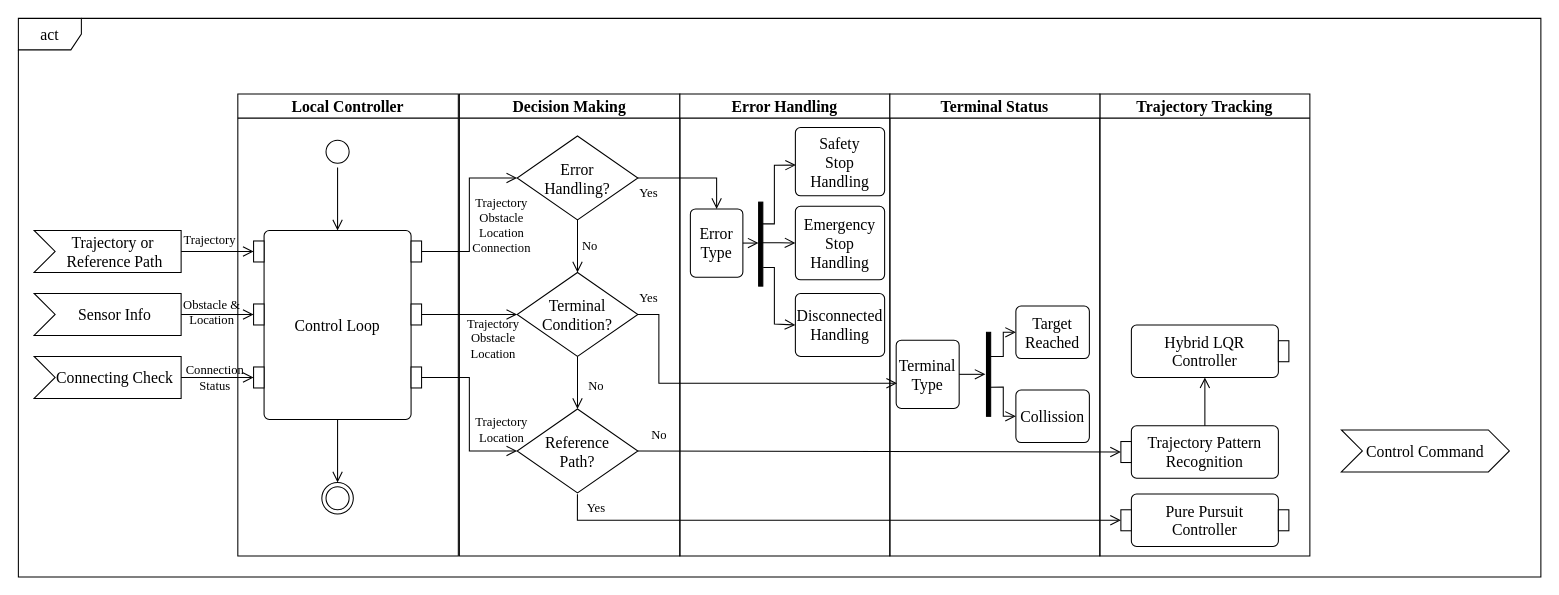
The draw.io diagram LocalRunning.drawio in LeonWong318/Master-thesis, before the edit. Source tidied: cells renumbered, new cells numbered last; positions are measured from the earlier drawing's top-left corner, leaving out a move shared by most shapes. Both pictures are drawn from the tidied source at 105%, with x=0, y=0 at pixel (18, 18).
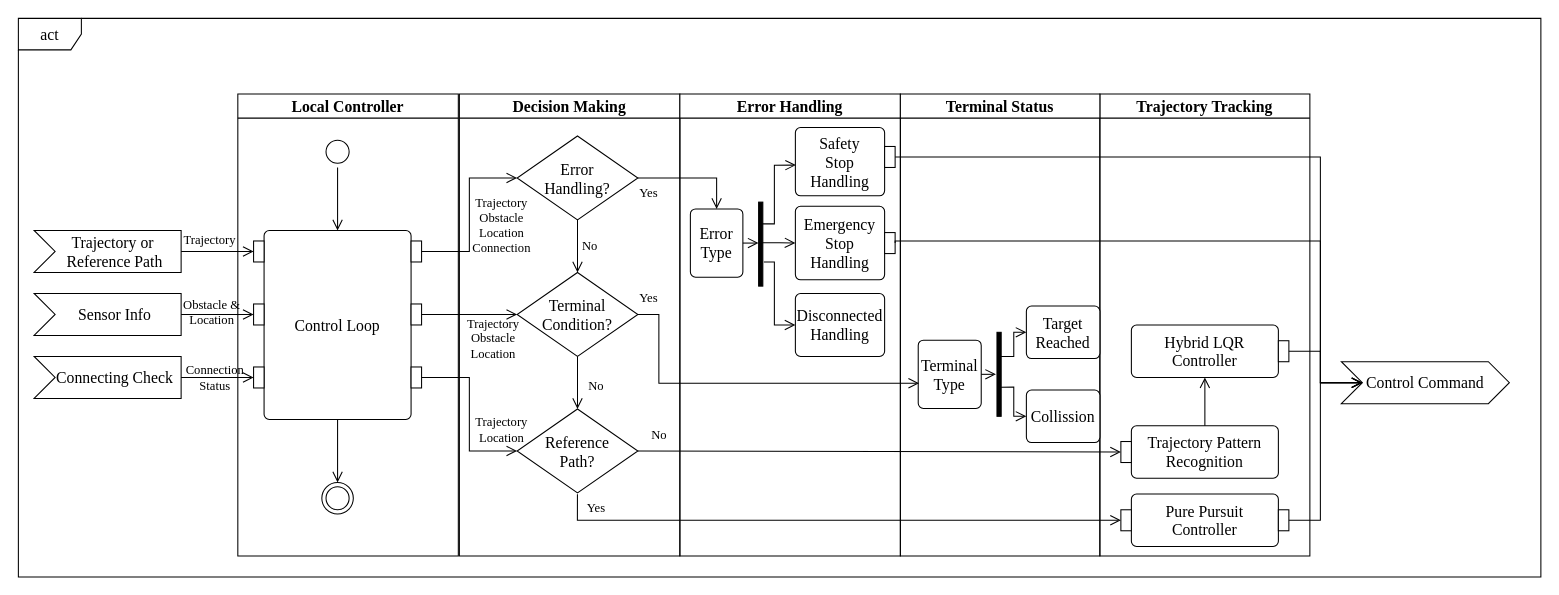
Above is the later version.

The change refers to these unchanged cells:
```xml
<mxCell id="16" style="rounded=0;whiteSpace=wrap;html=1;" parent="3" vertex="1">
  <mxGeometry x="165" y="260" width="10" height="20" as="geometry" />
</mxCell>
<mxCell id="20" value="Reference&#10;Path?" style="rhombus;fontSize=15;fontFamily=Times New Roman;" parent="17" vertex="1">
  <mxGeometry x="55" y="300" width="115" height="80" as="geometry" />
</mxCell>
<mxCell id="39" style="rounded=0;whiteSpace=wrap;html=1;" parent="32" vertex="1">
  <mxGeometry x="170" y="396" width="10" height="20" as="geometry" />
</mxCell>
<mxCell id="40" style="rounded=0;whiteSpace=wrap;html=1;" parent="32" vertex="1">
  <mxGeometry x="170" y="235" width="10" height="20" as="geometry" />
</mxCell>
<mxCell id="54" value="&lt;font face=&quot;Times New Roman&quot;&gt;&lt;span style=&quot;font-size: 15px;&quot;&gt;Disconnected&lt;/span&gt;&lt;/font&gt;&lt;div&gt;&lt;font face=&quot;Times New Roman&quot;&gt;&lt;span style=&quot;font-size: 15px;&quot;&gt;Handling&lt;/span&gt;&lt;/font&gt;&lt;/div&gt;" style="html=1;align=center;verticalAlign=middle;rounded=1;absoluteArcSize=1;arcSize=10;dashed=0;whiteSpace=wrap;" parent="51" vertex="1">
  <mxGeometry x="110" y="190" width="85" height="60" as="geometry" />
</mxCell>
<mxCell id="55" style="html=1;points=[];perimeter=orthogonalPerimeter;fillColor=strokeColor;" parent="51" vertex="1">
  <mxGeometry x="75" y="103" width="4" height="80" as="geometry" />
</mxCell>
```

Change to the diagram source:
```diff
@@
-    <mxCell id="50" style="edgeStyle=orthogonalEdgeStyle;html=1;verticalAlign=bottom;endArrow=open;endSize=8;rounded=0;exitX=1;exitY=0.5;exitDx=0;exitDy=0;entryX=0;entryY=0.5;entryDx=0;entryDy=0;" parent="1" edge="1" source="16" target="20">
-      <mxGeometry relative="1" as="geometry" />
-    </mxCell>
     <mxCell id="51" value="&lt;font face=&quot;Times New Roman&quot; style=&quot;font-size: 15px;&quot;&gt;Error Handling&lt;/font&gt;" style="swimlane;whiteSpace=wrap;html=1;startSize=23;" parent="1" vertex="1">
-      <mxGeometry x="630" y="72" width="200" height="440" as="geometry" />
+      <mxGeometry x="630" y="72" width="210" height="440" as="geometry" />
     </mxCell>
@@
-    <mxCell id="60" style="edgeStyle=orthogonalEdgeStyle;html=1;verticalAlign=bottom;endArrow=open;endSize=8;rounded=0;exitX=1.091;exitY=0.779;exitDx=0;exitDy=0;entryX=0;entryY=0.5;entryDx=0;entryDy=0;exitPerimeter=0;" parent="51" edge="1" source="55" target="54">
-      <mxGeometry relative="1" as="geometry">
-        <Array as="points">
-          <mxPoint x="90" y="165" />
-          <mxPoint x="90" y="219" />
-        </Array>
-      </mxGeometry>
-    </mxCell>
@@
+    <mxCell id="75" style="rounded=0;whiteSpace=wrap;html=1;fillColor=#FFFFFF;" parent="51" vertex="1">
+      <mxGeometry x="195" y="50" width="10" height="20" as="geometry" />
+    </mxCell>
+    <mxCell id="76" style="rounded=0;whiteSpace=wrap;html=1;" parent="51" vertex="1">
+      <mxGeometry x="195" y="132" width="10" height="20" as="geometry" />
+    </mxCell>
     <mxCell id="62" value="&lt;font face=&quot;Times New Roman&quot; style=&quot;font-size: 15px;&quot;&gt;Terminal Status&lt;/font&gt;" style="swimlane;whiteSpace=wrap;html=1;startSize=23;" parent="1" vertex="1">
-      <mxGeometry x="830" y="72" width="200" height="440" as="geometry" />
+      <mxGeometry x="840" y="72" width="190" height="440" as="geometry" />
     </mxCell>
@@
     <mxCell id="64" value="&lt;font face=&quot;Times New Roman&quot;&gt;&lt;span style=&quot;font-size: 15px;&quot;&gt;Terminal&lt;/span&gt;&lt;/font&gt;&lt;div&gt;&lt;font face=&quot;Times New Roman&quot;&gt;&lt;span style=&quot;font-size: 15px;&quot;&gt;Type&lt;/span&gt;&lt;/font&gt;&lt;/div&gt;" style="html=1;align=center;verticalAlign=middle;rounded=1;absoluteArcSize=1;arcSize=10;dashed=0;whiteSpace=wrap;" parent="62" vertex="1">
-      <mxGeometry x="6" y="234.5" width="60" height="65" as="geometry" />
+      <mxGeometry x="17" y="234.5" width="60" height="65" as="geometry" />
     </mxCell>
@@
+    <mxCell id="50" style="edgeStyle=orthogonalEdgeStyle;html=1;verticalAlign=bottom;endArrow=open;endSize=8;rounded=0;exitX=1;exitY=0.5;exitDx=0;exitDy=0;entryX=0;entryY=0.5;entryDx=0;entryDy=0;" parent="1" edge="1" source="16" target="20">
+      <mxGeometry relative="1" as="geometry" />
+    </mxCell>
     <mxCell id="71" value="&lt;font face=&quot;Times New Roman&quot; style=&quot;font-size: 15px;&quot;&gt;Control Command&lt;/font&gt;" style="html=1;shape=mxgraph.infographic.ribbonSimple;notch1=20;notch2=20;align=center;verticalAlign=middle;fontSize=14;fontStyle=0;fillColor=#FFFFFF;whiteSpace=wrap;" parent="1" vertex="1">
-      <mxGeometry x="1260" y="392" width="160" height="40" as="geometry" />
+      <mxGeometry x="1260" y="327" width="160" height="40" as="geometry" />
     </mxCell>
@@
+    <mxCell id="77" style="edgeStyle=orthogonalEdgeStyle;html=1;verticalAlign=bottom;endArrow=open;endSize=8;rounded=0;exitX=1;exitY=0.5;exitDx=0;exitDy=0;entryX=0;entryY=0;entryDx=20;entryDy=20;entryPerimeter=0;" parent="1" edge="1" source="40" target="71">
+      <mxGeometry relative="1" as="geometry">
+        <Array as="points">
+          <mxPoint x="1240" y="317" />
+          <mxPoint x="1240" y="347" />
+        </Array>
+      </mxGeometry>
+    </mxCell>
+    <mxCell id="78" style="edgeStyle=orthogonalEdgeStyle;html=1;verticalAlign=bottom;endArrow=open;endSize=8;rounded=0;exitX=1;exitY=0.5;exitDx=0;exitDy=0;entryX=0;entryY=0;entryDx=20;entryDy=20;entryPerimeter=0;" parent="1" edge="1" source="39" target="71">
+      <mxGeometry relative="1" as="geometry">
+        <Array as="points">
+          <mxPoint x="1240" y="478" />
+          <mxPoint x="1240" y="347" />
+        </Array>
+      </mxGeometry>
+    </mxCell>
+    <mxCell id="79" style="edgeStyle=orthogonalEdgeStyle;html=1;verticalAlign=bottom;endArrow=open;endSize=8;rounded=0;entryX=0;entryY=0;entryDx=20;entryDy=20;entryPerimeter=0;exitX=1;exitY=0.5;exitDx=0;exitDy=0;" parent="1" edge="1" source="75" target="71">
+      <mxGeometry relative="1" as="geometry">
+        <Array as="points">
+          <mxPoint x="1240" y="132" />
+          <mxPoint x="1240" y="347" />
+        </Array>
+      </mxGeometry>
+    </mxCell>
+    <mxCell id="80" style="edgeStyle=orthogonalEdgeStyle;html=1;verticalAlign=bottom;endArrow=open;endSize=8;rounded=0;entryX=0;entryY=0;entryDx=20;entryDy=20;entryPerimeter=0;exitX=1;exitY=0.5;exitDx=0;exitDy=0;" parent="1" edge="1" source="76" target="71">
+      <mxGeometry relative="1" as="geometry">
+        <Array as="points">
+          <mxPoint x="1240" y="212" />
+          <mxPoint x="1240" y="347" />
+        </Array>
+      </mxGeometry>
+    </mxCell>
+    <mxCell id="81" style="edgeStyle=orthogonalEdgeStyle;html=1;verticalAlign=bottom;endArrow=open;endSize=8;rounded=0;entryX=0;entryY=0.5;entryDx=0;entryDy=0;" parent="1" edge="1" target="54">
+      <mxGeometry relative="1" as="geometry">
+        <mxPoint x="710" y="232" as="sourcePoint" />
+        <Array as="points">
+          <mxPoint x="720" y="232" />
+          <mxPoint x="720" y="292" />
+        </Array>
+      </mxGeometry>
+    </mxCell>
```
